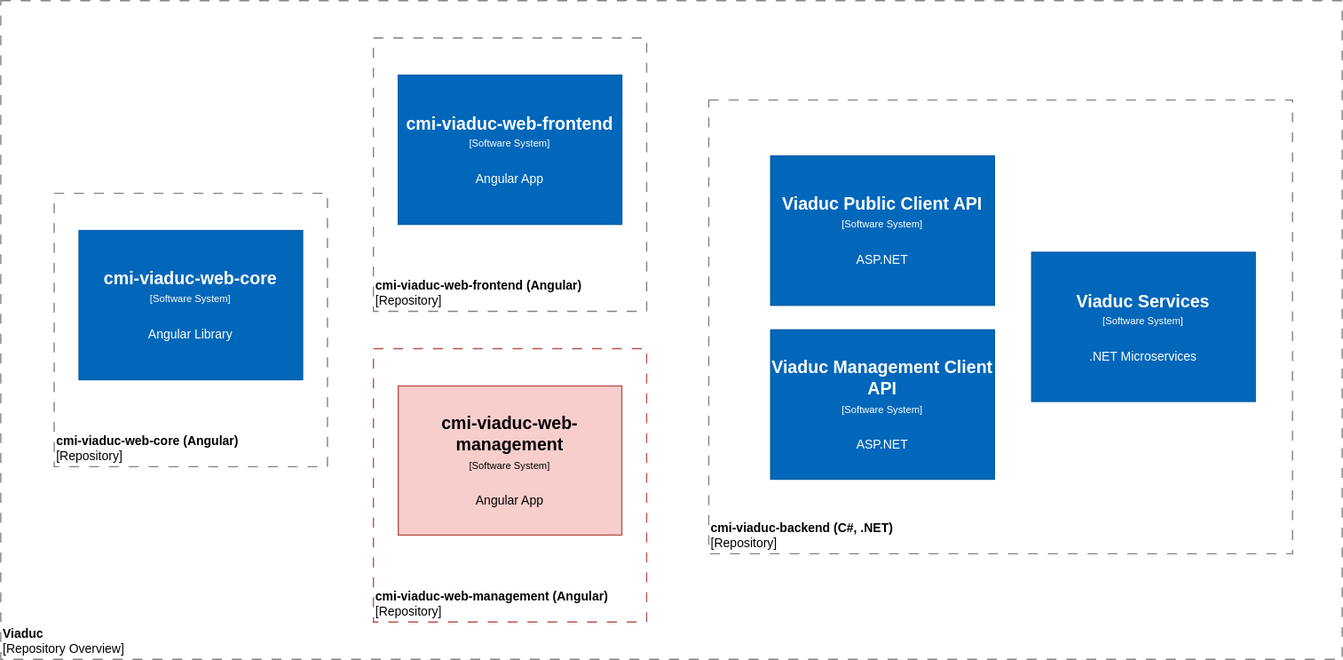
SwissFederalArchives/cmi-viaduc-web-management keeps this draw.io diagram as docs/imgs/context.svg. Above is the earlier version. Source tidied: cells renumbered, new cells last; positions are measured from the earlier drawing's top-left corner, leaving out a move shared by most shapes.
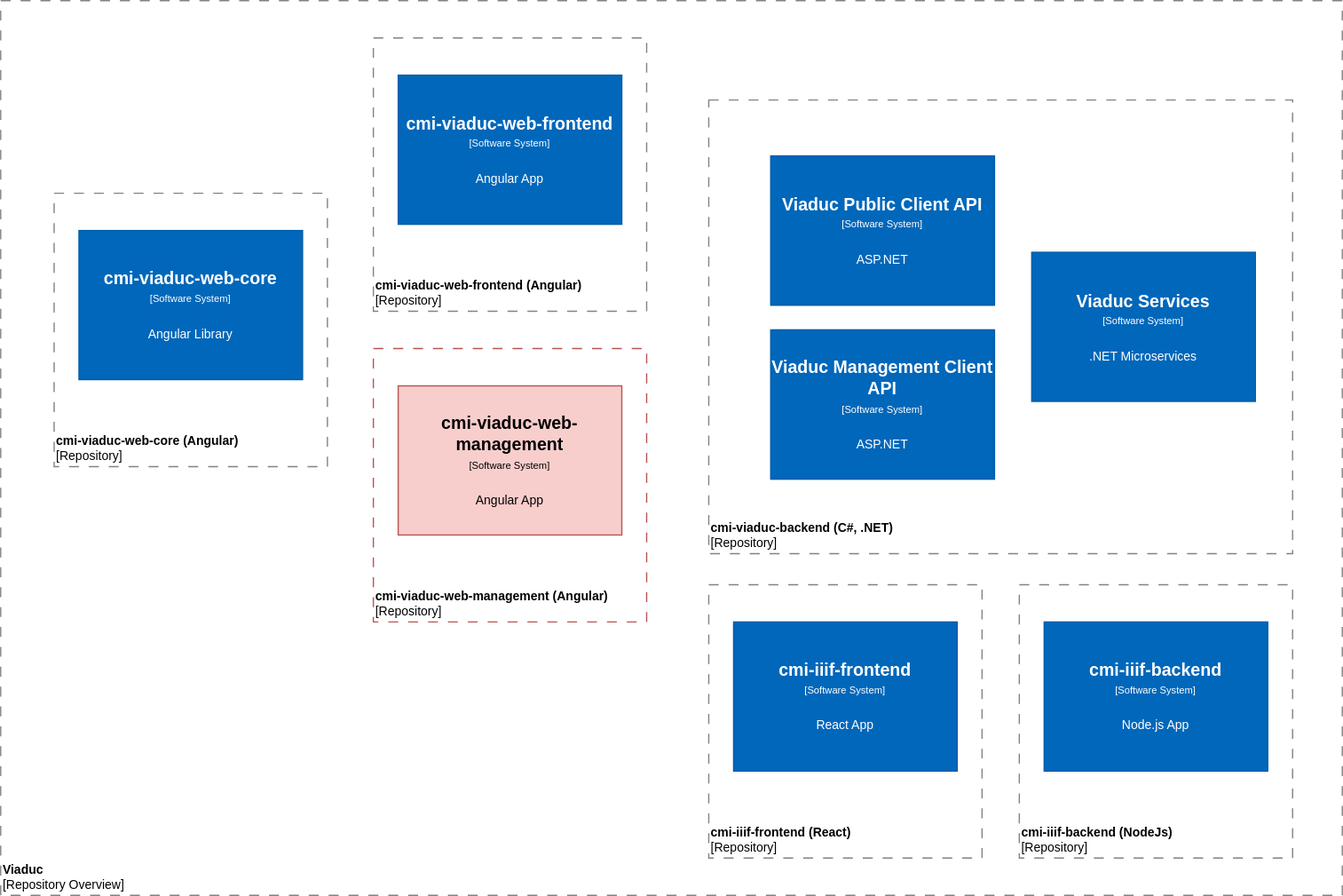
After the change.

Diff of the diagram source:
```diff
@@ -4,7 +4,7 @@
     <mxCell id="1" parent="0" />
     <object id="2" label="&lt;font style=&quot;font-size: 10px&quot;&gt;&lt;b&gt;Viaduc&lt;/b&gt;&lt;br style=&quot;font-size: 10px&quot;&gt;[Repository Overview]&lt;/font&gt;" name="Software System Name" placeholders="1">
       <mxCell style="rounded=0;whiteSpace=wrap;html=1;strokeColor=#828282;fontColor=#000000;align=left;labelPosition=center;verticalLabelPosition=middle;verticalAlign=bottom;dashed=1;strokeWidth=1;perimeterSpacing=0;spacing=2;spacingTop=0;fontSize=10;dashPattern=8 8;fillColor=none;" parent="1" vertex="1">
-        <mxGeometry width="1080" height="530" as="geometry" />
+        <mxGeometry width="1080" height="720" as="geometry" />
       </mxCell>
     </object>
     <object id="3" label="&lt;font style=&quot;font-size: 10px&quot;&gt;&lt;b&gt;cmi-viaduc-backend (C#, .NET)&lt;/b&gt;&lt;br style=&quot;font-size: 10px&quot;&gt;[Repository]&lt;/font&gt;" name="Container Name" placeholders="1">
@@ -67,5 +67,25 @@
         <mxGeometry x="620" y="265" width="180" height="120" as="geometry" />
       </mxCell>
     </object>
+    <object id="15" label="&lt;font style=&quot;font-size: 10px&quot;&gt;&lt;b&gt;cmi-iiif-frontend (React)&lt;/b&gt;&lt;br style=&quot;font-size: 10px&quot;&gt;[Repository]&lt;/font&gt;" name="Container Name" placeholders="1">
+      <mxCell style="rounded=0;whiteSpace=wrap;html=1;strokeColor=#828282;fillColor=none;fontColor=#000000;align=left;labelPosition=center;verticalLabelPosition=middle;verticalAlign=bottom;dashed=1;strokeWidth=1;perimeterSpacing=0;spacing=2;spacingTop=0;fontSize=10;dashPattern=8 8;" parent="1" vertex="1">
+        <mxGeometry x="570" y="470" width="220" height="220" as="geometry" />
+      </mxCell>
+    </object>
+    <object id="16" label="&lt;div&gt;&lt;span style=&quot;font-size: 14px&quot;&gt;&lt;b&gt;cmi-iiif-frontend&lt;/b&gt;&lt;/span&gt;&lt;/div&gt;&lt;div&gt;&lt;span style=&quot;font-size: 8px&quot;&gt;[Software System]&lt;/span&gt;&lt;/div&gt;&lt;div&gt;&lt;span style=&quot;font-size: 8px&quot;&gt;&lt;br&gt;&lt;/span&gt;&lt;/div&gt;&lt;div&gt;&lt;font size=&quot;1&quot;&gt;React App&lt;/font&gt;&lt;/div&gt;" description="Description" name="Software System Name" placeholders="1">
+      <mxCell style="rounded=0;whiteSpace=wrap;html=1;fillColor=#0067BA;fontColor=#FFFFFF;strokeColor=#005DA8;" parent="1" vertex="1">
+        <mxGeometry x="590" y="500" width="180" height="120" as="geometry" />
+      </mxCell>
+    </object>
+    <object id="17" label="&lt;font style=&quot;font-size: 10px&quot;&gt;&lt;b&gt;cmi-iiif-backend (NodeJs)&lt;/b&gt;&lt;br style=&quot;font-size: 10px&quot;&gt;[Repository]&lt;/font&gt;" name="Container Name" placeholders="1">
+      <mxCell style="rounded=0;whiteSpace=wrap;html=1;strokeColor=#828282;fillColor=none;fontColor=#000000;align=left;labelPosition=center;verticalLabelPosition=middle;verticalAlign=bottom;dashed=1;strokeWidth=1;perimeterSpacing=0;spacing=2;spacingTop=0;fontSize=10;dashPattern=8 8;" parent="1" vertex="1">
+        <mxGeometry x="820" y="470" width="220" height="220" as="geometry" />
+      </mxCell>
+    </object>
+    <object id="18" label="&lt;div&gt;&lt;span style=&quot;font-size: 14px&quot;&gt;&lt;b&gt;cmi-iiif-backend&lt;/b&gt;&lt;/span&gt;&lt;/div&gt;&lt;div&gt;&lt;span style=&quot;font-size: 8px&quot;&gt;[Software System]&lt;/span&gt;&lt;/div&gt;&lt;div&gt;&lt;span style=&quot;font-size: 8px&quot;&gt;&lt;br&gt;&lt;/span&gt;&lt;/div&gt;&lt;div&gt;&lt;font size=&quot;1&quot;&gt;Node.js App&lt;/font&gt;&lt;/div&gt;" description="Description" name="Software System Name" placeholders="1">
+      <mxCell style="rounded=0;whiteSpace=wrap;html=1;fillColor=#0067BA;fontColor=#FFFFFF;strokeColor=#005DA8;" parent="1" vertex="1">
+        <mxGeometry x="840" y="500" width="180" height="120" as="geometry" />
+      </mxCell>
+    </object>
   </root>
 </mxGraphModel>
```
